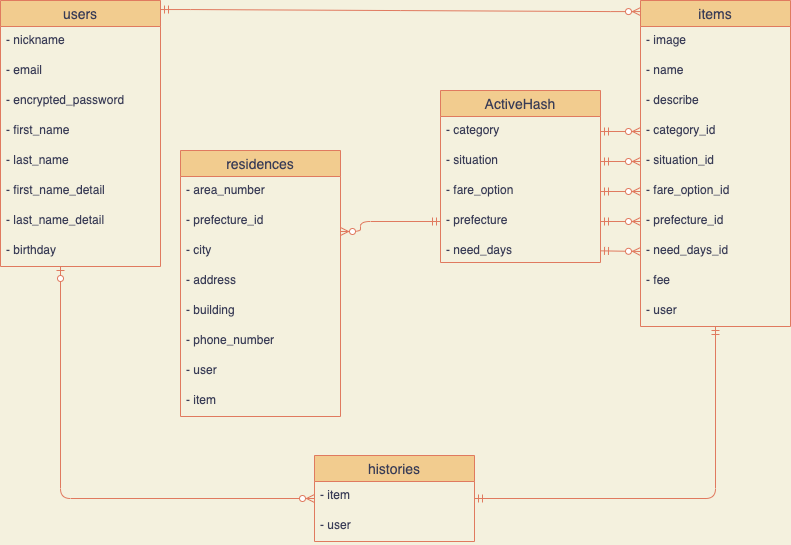
Before: database.drawio.png, a diagram exported from draw.io (Suzukiti-1029/furima-34840). Source tidied: cells renumbered, new cells last; positions are measured from the earlier drawing's top-left corner, leaving out a move shared by most shapes.
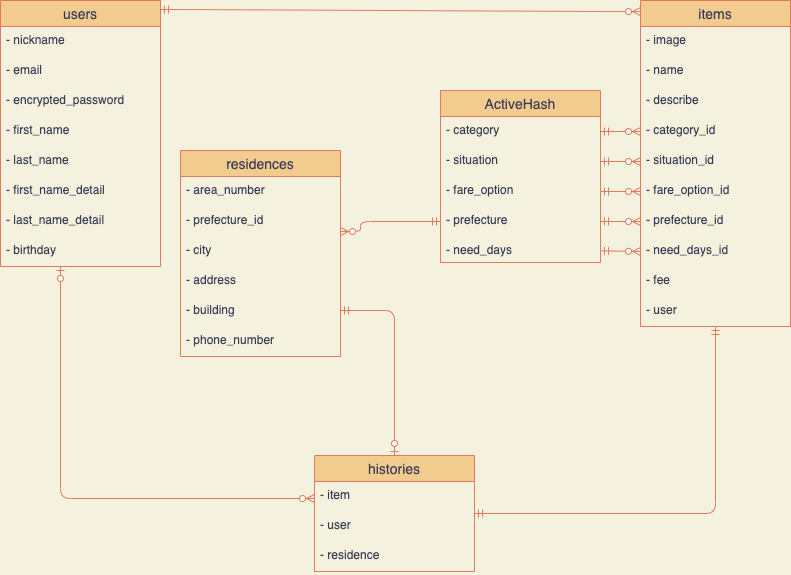
Above is the later version.

What changed in the source:
```diff
@@ -63,7 +63,7 @@
       <mxGeometry y="296" width="150" height="30" as="geometry" />
     </mxCell>
     <mxCell id="22" value="residences" style="swimlane;fontStyle=0;horizontal=1;startSize=26;align=center;fontSize=14;fillColor=#F2CC8F;strokeColor=#E07A5F;fontColor=#393C56;" parent="1" vertex="1">
-      <mxGeometry x="180" y="150" width="160" height="266" as="geometry" />
+      <mxGeometry x="180" y="150" width="160" height="206" as="geometry" />
     </mxCell>
     <mxCell id="23" value="- area_number" style="text;strokeColor=none;fillColor=none;spacingLeft=4;spacingRight=4;overflow=hidden;fontSize=12;fontColor=#393C56;" parent="22" vertex="1">
       <mxGeometry y="26" width="160" height="30" as="geometry" />
@@ -83,12 +83,6 @@
     <mxCell id="28" value="- phone_number" style="text;strokeColor=none;fillColor=none;spacingLeft=4;spacingRight=4;overflow=hidden;fontSize=12;fontColor=#393C56;" parent="22" vertex="1">
       <mxGeometry y="176" width="160" height="30" as="geometry" />
     </mxCell>
-    <mxCell id="29" value="- user" style="text;strokeColor=none;fillColor=none;spacingLeft=4;spacingRight=4;overflow=hidden;fontSize=12;fontColor=#393C56;" parent="22" vertex="1">
-      <mxGeometry y="206" width="160" height="30" as="geometry" />
-    </mxCell>
-    <mxCell id="30" value="- item" style="text;strokeColor=none;fillColor=none;spacingLeft=4;spacingRight=4;overflow=hidden;fontSize=12;fontColor=#393C56;" parent="22" vertex="1">
-      <mxGeometry y="236" width="160" height="30" as="geometry" />
-    </mxCell>
     <mxCell id="31" style="edgeStyle=entityRelationEdgeStyle;fontSize=12;html=1;endArrow=ERzeroToMany;startArrow=ERmandOne;entryX=0;entryY=0.034;entryDx=0;entryDy=0;entryPerimeter=0;exitX=1;exitY=0.034;exitDx=0;exitDy=0;exitPerimeter=0;strokeColor=#E07A5F;fontColor=#393C56;curved=1;labelBackgroundColor=#F4F1DE;" parent="1" edge="1" source="2" target="11">
       <mxGeometry relative="1" as="geometry" />
     </mxCell>
@@ -110,7 +104,7 @@
     <mxCell id="37" value="- need_days" style="text;strokeColor=none;fillColor=none;spacingLeft=4;spacingRight=4;overflow=hidden;points=[[0,0.5],[1,0.5]];portConstraint=eastwest;fontSize=12;fontColor=#393C56;" parent="32" vertex="1">
       <mxGeometry y="146" width="160" height="26" as="geometry" />
     </mxCell>
-    <mxCell id="38" style="edgeStyle=elbowEdgeStyle;fontSize=12;html=1;endArrow=ERzeroToMany;startArrow=ERmandOne;strokeColor=#E07A5F;fillColor=#F2CC8F;exitX=0;exitY=0.5;exitDx=0;exitDy=0;labelBackgroundColor=#F4F1DE;fontColor=#393C56;" parent="1" edge="1" source="36" target="24">
+    <mxCell id="38" style="edgeStyle=elbowEdgeStyle;fontSize=12;html=1;endArrow=ERzeroToMany;startArrow=ERmandOne;strokeColor=#E07A5F;fillColor=#F2CC8F;exitX=0;exitY=0.5;exitDx=0;exitDy=0;fontColor=#393C56;labelBackgroundColor=#F4F1DE;" parent="1" edge="1" source="36" target="24">
       <mxGeometry relative="1" as="geometry">
         <Array as="points">
           <mxPoint x="360" y="231" />
@@ -118,39 +112,49 @@
         </Array>
       </mxGeometry>
     </mxCell>
-    <mxCell id="39" style="edgeStyle=entityRelationEdgeStyle;fontSize=12;html=1;endArrow=ERzeroToMany;startArrow=ERmandOne;strokeColor=#E07A5F;fillColor=#F2CC8F;exitX=1;exitY=0.5;exitDx=0;exitDy=0;entryX=0;entryY=0.5;entryDx=0;entryDy=0;labelBackgroundColor=#F4F1DE;fontColor=#393C56;" parent="1" edge="1" source="36" target="18">
+    <mxCell id="39" style="edgeStyle=entityRelationEdgeStyle;fontSize=12;html=1;endArrow=ERzeroToMany;startArrow=ERmandOne;strokeColor=#E07A5F;fillColor=#F2CC8F;exitX=1;exitY=0.5;exitDx=0;exitDy=0;entryX=0;entryY=0.5;entryDx=0;entryDy=0;fontColor=#393C56;labelBackgroundColor=#F4F1DE;" parent="1" edge="1" source="36" target="18">
       <mxGeometry relative="1" as="geometry" />
     </mxCell>
-    <mxCell id="40" style="edgeStyle=entityRelationEdgeStyle;fontSize=12;html=1;endArrow=ERzeroToMany;startArrow=ERmandOne;strokeColor=#E07A5F;fillColor=#F2CC8F;exitX=1;exitY=0.5;exitDx=0;exitDy=0;entryX=0;entryY=0.5;entryDx=0;entryDy=0;labelBackgroundColor=#F4F1DE;fontColor=#393C56;" parent="1" edge="1" source="33" target="15">
+    <mxCell id="40" style="edgeStyle=entityRelationEdgeStyle;fontSize=12;html=1;endArrow=ERzeroToMany;startArrow=ERmandOne;strokeColor=#E07A5F;fillColor=#F2CC8F;exitX=1;exitY=0.5;exitDx=0;exitDy=0;entryX=0;entryY=0.5;entryDx=0;entryDy=0;fontColor=#393C56;labelBackgroundColor=#F4F1DE;" parent="1" edge="1" source="33" target="15">
       <mxGeometry relative="1" as="geometry" />
     </mxCell>
-    <mxCell id="41" style="edgeStyle=entityRelationEdgeStyle;fontSize=12;html=1;endArrow=ERzeroToMany;startArrow=ERmandOne;strokeColor=#E07A5F;fillColor=#F2CC8F;exitX=1;exitY=0.5;exitDx=0;exitDy=0;entryX=0;entryY=0.5;entryDx=0;entryDy=0;labelBackgroundColor=#F4F1DE;fontColor=#393C56;" parent="1" edge="1" source="34" target="16">
+    <mxCell id="41" style="edgeStyle=entityRelationEdgeStyle;fontSize=12;html=1;endArrow=ERzeroToMany;startArrow=ERmandOne;strokeColor=#E07A5F;fillColor=#F2CC8F;exitX=1;exitY=0.5;exitDx=0;exitDy=0;entryX=0;entryY=0.5;entryDx=0;entryDy=0;fontColor=#393C56;labelBackgroundColor=#F4F1DE;" parent="1" edge="1" source="34" target="16">
       <mxGeometry relative="1" as="geometry" />
     </mxCell>
-    <mxCell id="42" style="edgeStyle=entityRelationEdgeStyle;fontSize=12;html=1;endArrow=ERzeroToMany;startArrow=ERmandOne;strokeColor=#E07A5F;fillColor=#F2CC8F;labelBackgroundColor=#F4F1DE;fontColor=#393C56;" parent="1" edge="1" source="35" target="17">
+    <mxCell id="42" style="edgeStyle=entityRelationEdgeStyle;fontSize=12;html=1;endArrow=ERzeroToMany;startArrow=ERmandOne;strokeColor=#E07A5F;fillColor=#F2CC8F;fontColor=#393C56;labelBackgroundColor=#F4F1DE;" parent="1" edge="1" source="35" target="17">
       <mxGeometry relative="1" as="geometry" />
     </mxCell>
-    <mxCell id="43" style="fontSize=12;html=1;endArrow=ERzeroToMany;startArrow=ERmandOne;strokeColor=#E07A5F;fillColor=#F2CC8F;entryX=0;entryY=0.5;entryDx=0;entryDy=0;labelBackgroundColor=#F4F1DE;fontColor=#393C56;" parent="1" edge="1" source="37" target="19">
+    <mxCell id="43" style="fontSize=12;html=1;endArrow=ERzeroToMany;startArrow=ERmandOne;strokeColor=#E07A5F;fillColor=#F2CC8F;entryX=0;entryY=0.5;entryDx=0;entryDy=0;fontColor=#393C56;labelBackgroundColor=#F4F1DE;" parent="1" edge="1" source="37" target="19">
       <mxGeometry relative="1" as="geometry" />
     </mxCell>
     <mxCell id="44" value="histories" style="swimlane;fontStyle=0;horizontal=1;startSize=26;align=center;fontSize=14;fillColor=#F2CC8F;strokeColor=#E07A5F;fontColor=#393C56;" parent="1" vertex="1">
-      <mxGeometry x="314" y="455" width="160" height="86" as="geometry" />
+      <mxGeometry x="314" y="455" width="160" height="116" as="geometry" />
     </mxCell>
     <mxCell id="45" value="- item" style="text;strokeColor=none;fillColor=none;spacingLeft=4;spacingRight=4;overflow=hidden;fontSize=12;fontColor=#393C56;" parent="44" vertex="1">
       <mxGeometry y="26" width="160" height="30" as="geometry" />
     </mxCell>
+    <mxCell id="29" value="- user" style="text;strokeColor=none;fillColor=none;spacingLeft=4;spacingRight=4;overflow=hidden;fontSize=12;fontColor=#393C56;" parent="44" vertex="1">
+      <mxGeometry y="56" width="160" height="30" as="geometry" />
+    </mxCell>
-    <mxCell id="46" value="- user" style="text;strokeColor=none;fillColor=none;spacingLeft=4;spacingRight=4;overflow=hidden;fontSize=12;fontColor=#393C56;" parent="44" vertex="1">
-      <mxGeometry y="56" width="160" height="30" as="geometry" />
+    <mxCell id="46" value="- residence" style="text;strokeColor=none;fillColor=none;spacingLeft=4;spacingRight=4;overflow=hidden;fontSize=12;fontColor=#393C56;" parent="44" vertex="1">
+      <mxGeometry y="86" width="160" height="30" as="geometry" />
     </mxCell>
-    <mxCell id="47" style="edgeStyle=orthogonalEdgeStyle;fontSize=12;html=1;endArrow=ERzeroToMany;startArrow=ERzeroToOne;strokeColor=#E07A5F;fillColor=#F2CC8F;" parent="1" edge="1" source="2" target="44">
+    <mxCell id="47" style="edgeStyle=orthogonalEdgeStyle;fontSize=12;html=1;endArrow=ERzeroToMany;startArrow=ERzeroToOne;strokeColor=#E07A5F;fillColor=#F2CC8F;labelBackgroundColor=#F4F1DE;fontColor=#393C56;" parent="1" edge="1" source="2" target="44">
       <mxGeometry relative="1" as="geometry">
         <Array as="points">
           <mxPoint x="60" y="498" />
         </Array>
       </mxGeometry>
     </mxCell>
-    <mxCell id="48" style="edgeStyle=orthogonalEdgeStyle;fontSize=12;html=1;endArrow=ERmandOne;startArrow=ERmandOne;strokeColor=#E07A5F;fillColor=#F2CC8F;" parent="1" edge="1" source="44" target="11">
+    <mxCell id="48" style="edgeStyle=orthogonalEdgeStyle;fontSize=12;html=1;endArrow=ERmandOne;startArrow=ERmandOne;strokeColor=#E07A5F;fillColor=#F2CC8F;labelBackgroundColor=#F4F1DE;fontColor=#393C56;" parent="1" edge="1" source="44" target="11">
       <mxGeometry relative="1" as="geometry" />
     </mxCell>
+    <mxCell id="49" style="edgeStyle=orthogonalEdgeStyle;fontSize=12;html=1;endArrow=ERzeroToOne;startArrow=ERmandOne;labelBackgroundColor=#F4F1DE;strokeColor=#E07A5F;fontColor=#393C56;" parent="1" edge="1" source="22" target="44">
+      <mxGeometry relative="1" as="geometry">
+        <Array as="points">
+          <mxPoint x="394" y="310" />
+        </Array>
+      </mxGeometry>
+    </mxCell>
   </root>
 </mxGraphModel>
```
